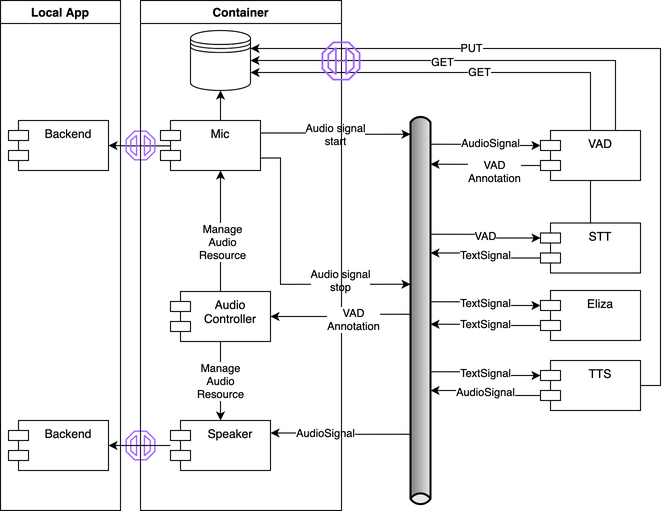
The draw.io diagram doc/ElizaCombot.png in leolani/cltl-leolani-app, before a commit. Source tidied: cells renumbered, new cells last; positions are measured from the earlier drawing's top-left corner, leaving out a move shared by most shapes.
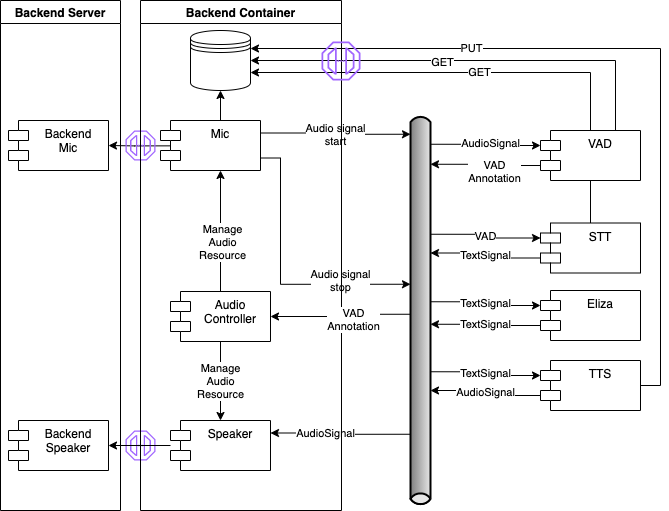
The same file after the commit.

What changed in the source:
```diff
@@ -86,7 +86,7 @@
         <mxPoint x="170" y="445" as="sourcePoint" />
       </mxGeometry>
     </mxCell>
-    <mxCell id="25" value="Backend&#10;" style="shape=module;align=left;spacingLeft=20;align=center;verticalAlign=top;" parent="1" vertex="1">
+    <mxCell id="25" value="Backend&#10;Speaker" style="shape=module;align=left;spacingLeft=20;align=center;verticalAlign=top;" parent="1" vertex="1">
       <mxGeometry x="8" y="420" width="100" height="50" as="geometry" />
     </mxCell>
     <mxCell id="26" value="TextSignal" style="edgeStyle=orthogonalEdgeStyle;rounded=0;jettySize=auto;html=1;exitX=0;exitY=0;exitDx=120;exitDy=0;exitPerimeter=0;entryX=0;entryY=0;entryDx=0;entryDy=15;entryPerimeter=0;" parent="1" edge="1" target="28">
@@ -119,7 +119,7 @@
     <mxCell id="33" value="TTS" style="shape=module;align=left;spacingLeft=20;align=center;verticalAlign=top;" parent="1" vertex="1">
       <mxGeometry x="540" y="360" width="100" height="50" as="geometry" />
     </mxCell>
-    <mxCell id="34" value="Container" style="swimlane;" parent="1" vertex="1">
+    <mxCell id="34" value="Backend Container" style="swimlane;" parent="1" vertex="1">
       <mxGeometry x="140" width="201" height="510" as="geometry" />
     </mxCell>
     <mxCell id="35" style="shape=datastore;whiteSpace=wrap;html=1;" parent="34" vertex="1">
@@ -137,10 +137,10 @@
     <mxCell id="39" value="Speaker" style="shape=module;align=left;spacingLeft=20;align=center;verticalAlign=top;" parent="34" vertex="1">
       <mxGeometry x="30" y="420" width="100" height="50" as="geometry" />
     </mxCell>
-    <mxCell id="40" value="Local App" style="swimlane;" parent="1" vertex="1">
+    <mxCell id="40" value="Backend Server" style="swimlane;" parent="1" vertex="1">
       <mxGeometry width="120" height="510" as="geometry" />
     </mxCell>
-    <mxCell id="41" value="Backend&#10;" style="shape=module;align=left;spacingLeft=20;align=center;verticalAlign=top;" parent="40" vertex="1">
+    <mxCell id="41" value="Backend&#10;Mic" style="shape=module;align=left;spacingLeft=20;align=center;verticalAlign=top;" parent="40" vertex="1">
       <mxGeometry x="8" y="120" width="100" height="50" as="geometry" />
     </mxCell>
     <mxCell id="42" style="edgeStyle=orthogonalEdgeStyle;rounded=0;jettySize=auto;html=1;entryX=1;entryY=0.5;entryDx=0;entryDy=0;exitX=0;exitY=1;exitDx=200;exitDy=0;exitPerimeter=0;" parent="1" edge="1" source="13" target="38">
```
